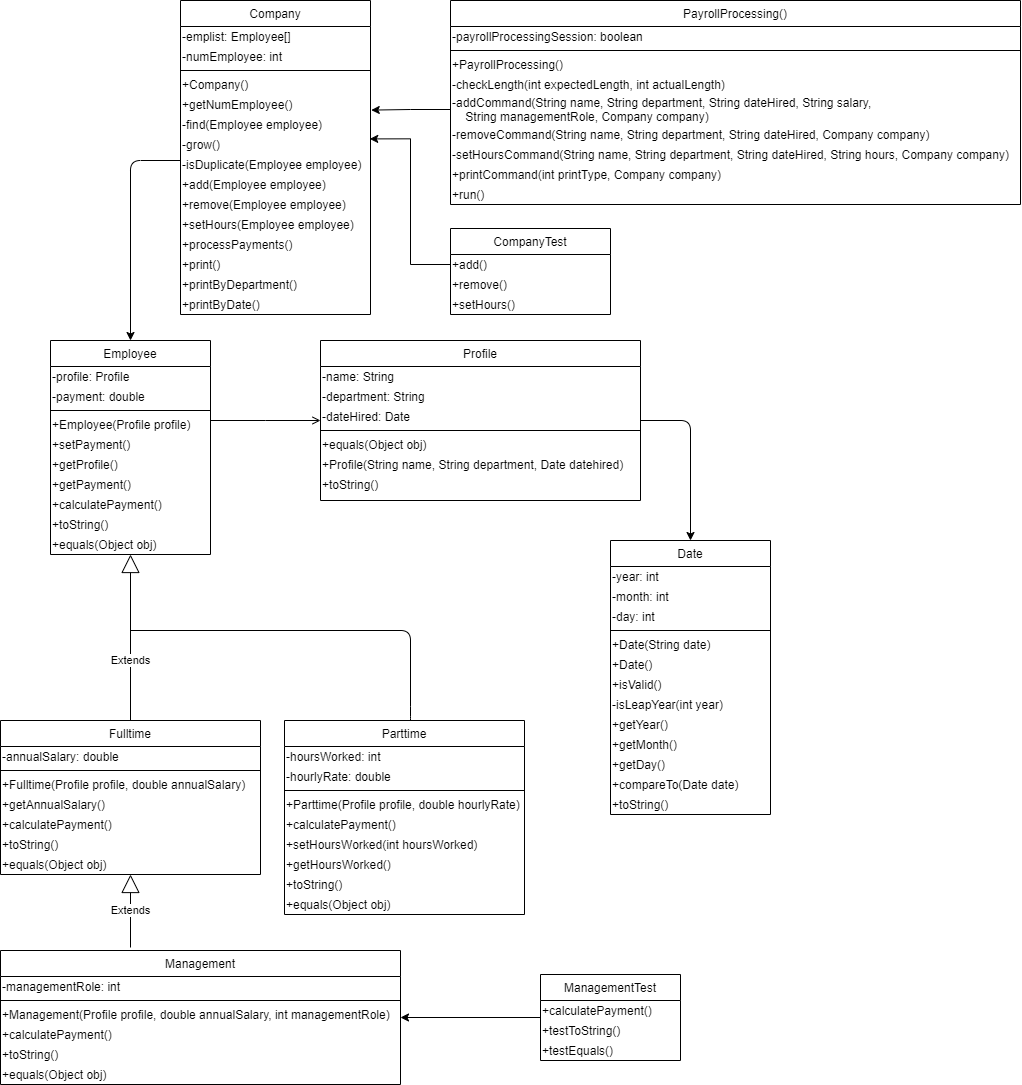
Above: Project2ClassDiagram.png in DavidTaeHa/Payroll-Processing (draw.io), before the change. Source tidied: cells renumbered, new cells last; positions are measured from the earlier drawing's top-left corner, leaving out a move shared by most shapes.
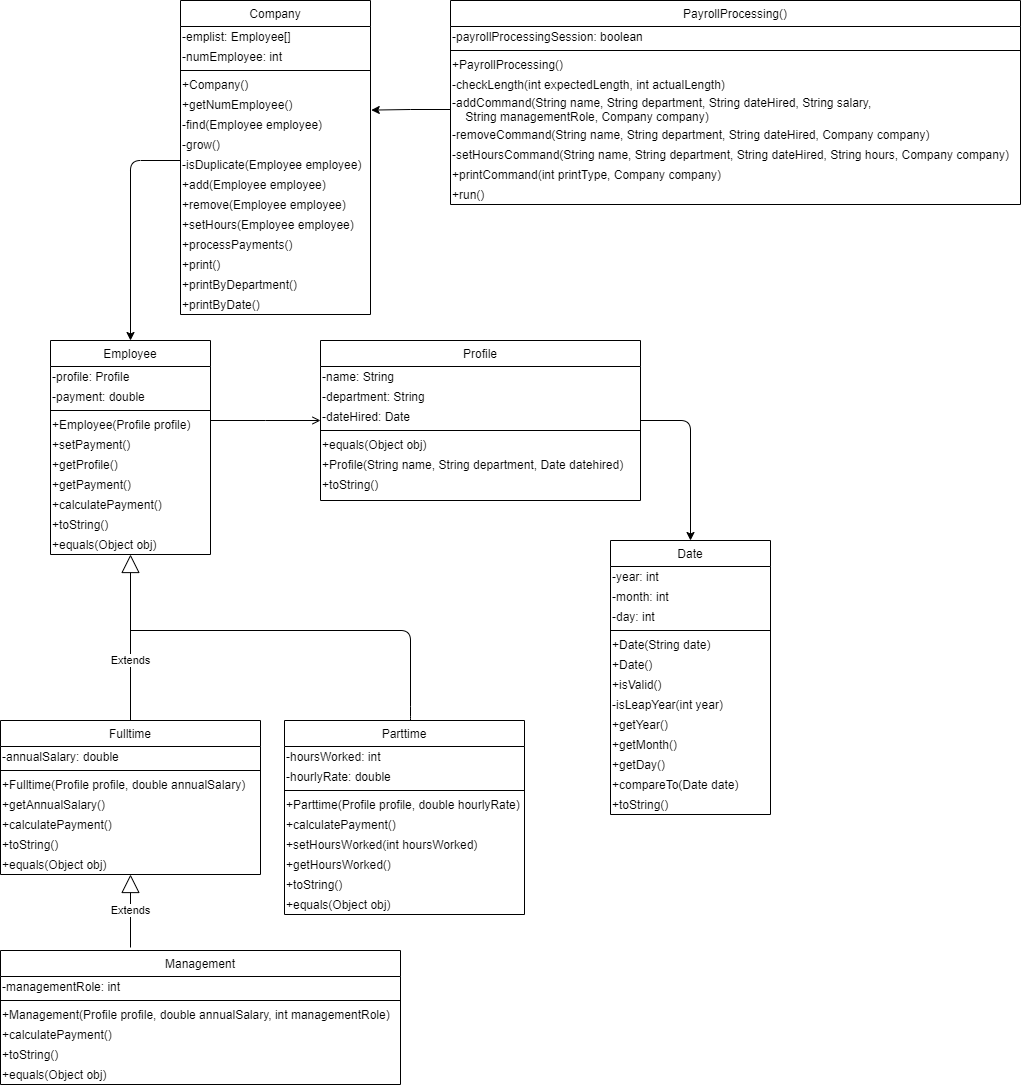
The same file after the commit.

Commit message:
Removed JUnit Test Classes

The edit, as a diff of the source:
```diff
@@ -296,35 +296,5 @@
     <mxCell id="92" style="edgeStyle=orthogonalEdgeStyle;rounded=0;jettySize=auto;html=1;entryX=1.004;entryY=0.78;entryDx=0;entryDy=0;entryPerimeter=0;" parent="1" edge="1" source="87" target="70">
       <mxGeometry relative="1" as="geometry" />
     </mxCell>
-    <mxCell id="93" value="CompanyTest" style="swimlane;fontStyle=0;align=center;verticalAlign=top;horizontal=1;startSize=26;" parent="1" vertex="1">
-      <mxGeometry x="450" y="228" width="160" height="86" as="geometry" />
-    </mxCell>
-    <mxCell id="94" value="+add()" style="text;html=1;align=left;verticalAlign=middle;points=[];" parent="93" vertex="1">
-      <mxGeometry y="26" width="160" height="20" as="geometry" />
-    </mxCell>
-    <mxCell id="95" value="+remove()" style="text;html=1;align=left;verticalAlign=middle;" parent="93" vertex="1">
-      <mxGeometry y="46" width="160" height="20" as="geometry" />
-    </mxCell>
-    <mxCell id="96" value="+setHours()" style="text;html=1;align=left;verticalAlign=middle;" parent="93" vertex="1">
-      <mxGeometry y="66" width="160" height="20" as="geometry" />
-    </mxCell>
-    <mxCell id="97" style="edgeStyle=orthogonalEdgeStyle;rounded=0;jettySize=auto;html=1;entryX=0.996;entryY=0.22;entryDx=0;entryDy=0;entryPerimeter=0;" parent="1" edge="1" source="94" target="72">
-      <mxGeometry relative="1" as="geometry" />
-    </mxCell>
-    <mxCell id="98" style="edgeStyle=orthogonalEdgeStyle;rounded=0;jettySize=auto;html=1;" parent="1" edge="1" source="99" target="54">
-      <mxGeometry relative="1" as="geometry" />
-    </mxCell>
-    <mxCell id="99" value="ManagementTest" style="swimlane;fontStyle=0;horizontal=1;startSize=26;fillColor=none;" parent="1" vertex="1">
-      <mxGeometry x="540" y="974" width="140" height="86" as="geometry" />
-    </mxCell>
-    <mxCell id="100" value="+calculatePayment()" style="text;html=1;align=left;verticalAlign=middle;" parent="99" vertex="1">
-      <mxGeometry y="26" width="140" height="20" as="geometry" />
-    </mxCell>
-    <mxCell id="101" value="+testToString()" style="text;html=1;align=left;verticalAlign=middle;" parent="99" vertex="1">
-      <mxGeometry y="46" width="140" height="20" as="geometry" />
-    </mxCell>
-    <mxCell id="102" value="+testEquals()" style="text;html=1;align=left;verticalAlign=middle;" parent="99" vertex="1">
-      <mxGeometry y="66" width="140" height="20" as="geometry" />
-    </mxCell>
   </root>
 </mxGraphModel>
```
